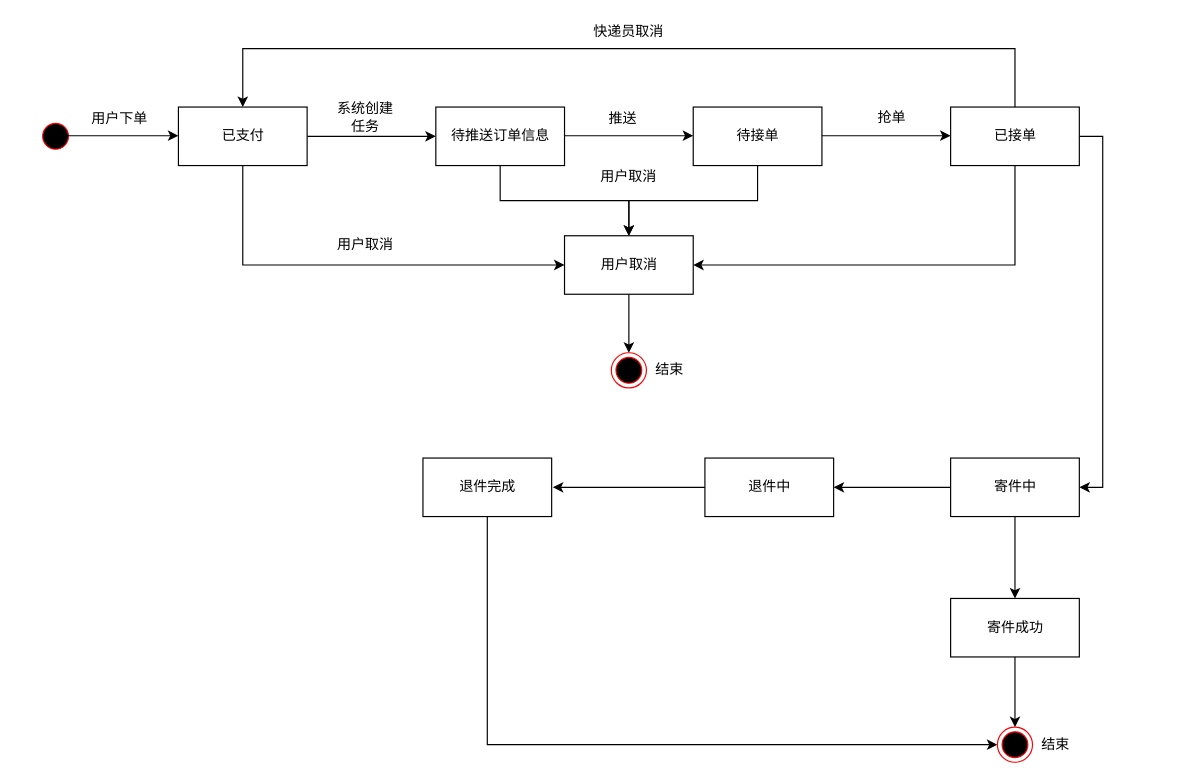
chenlongqiang/draw.io keeps this draw.io diagram as arch/latest/订单状态图模型.drawio. Above is the earlier version. Source tidied: cells renumbered, new cells numbered last; positions are measured from the earlier drawing's top-left corner, leaving out a move shared by most shapes. Both pictures are drawn from the tidied source at 117%, with x=0, y=0 at pixel (37, 20).
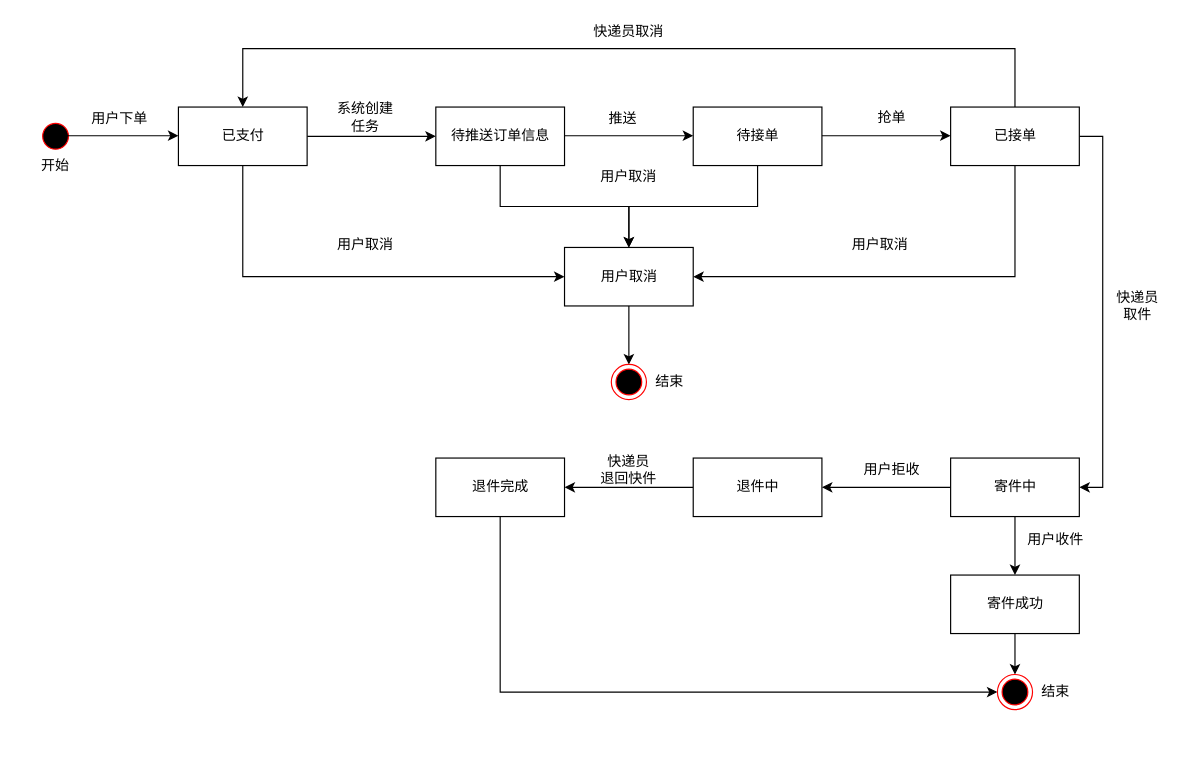
The same page after the edit.

Commit message (it also covers changes not shown here):
更新订单状态图模型.drawio

Diff of the diagram source:
```diff
@@
     <mxCell id="26" value="用户取消" style="html=1;" parent="1" vertex="1">
-      <mxGeometry x="450" y="184" width="110" height="50" as="geometry" />
+      <mxGeometry x="450" y="194" width="110" height="50" as="geometry" />
     </mxCell>
@@
     <mxCell id="29" style="ellipse;html=1;shape=endState;fillColor=#000000;strokeColor=#ff0000;" parent="1" vertex="1">
-      <mxGeometry x="490" y="284" width="30" height="30" as="geometry" />
+      <mxGeometry x="490" y="294" width="30" height="30" as="geometry" />
     </mxCell>
     <mxCell id="30" value="结束" style="text;html=1;strokeColor=none;fillColor=none;align=center;verticalAlign=middle;whiteSpace=wrap;rounded=0;" parent="1" vertex="1">
-      <mxGeometry x="510" y="289" width="60" height="20" as="geometry" />
+      <mxGeometry x="510" y="299" width="60" height="20" as="geometry" />
     </mxCell>
-    <mxCell id="31" style="edgeStyle=orthogonalEdgeStyle;rounded=0;jettySize=auto;html=1;exitX=0;exitY=0.5;exitDx=0;exitDy=0;" parent="1" edge="1" source="32">
-      <mxGeometry relative="1" as="geometry">
-        <mxPoint x="440" y="399" as="targetPoint" />
-      </mxGeometry>
-    </mxCell>
+    <mxCell id="39" style="edgeStyle=orthogonalEdgeStyle;rounded=0;jettySize=auto;html=1;exitX=0;exitY=0.5;exitDx=0;exitDy=0;entryX=1;entryY=0.5;entryDx=0;entryDy=0;" parent="1" edge="1" source="32" target="34">
+      <mxGeometry relative="1" as="geometry" />
+    </mxCell>
     <mxCell id="32" value="退件中" style="html=1;" parent="1" vertex="1">
-      <mxGeometry x="570" y="374" width="110" height="50" as="geometry" />
+      <mxGeometry x="560" y="374" width="110" height="50" as="geometry" />
     </mxCell>
@@
     <mxCell id="34" value="退件完成" style="html=1;" parent="1" vertex="1">
-      <mxGeometry x="329" y="374" width="110" height="50" as="geometry" />
+      <mxGeometry x="340" y="374" width="110" height="50" as="geometry" />
     </mxCell>
@@
     <mxCell id="36" value="寄件成功" style="html=1;" parent="1" vertex="1">
-      <mxGeometry x="780" y="494" width="110" height="50" as="geometry" />
+      <mxGeometry x="780" y="474" width="110" height="50" as="geometry" />
     </mxCell>
     <mxCell id="37" style="ellipse;html=1;shape=endState;fillColor=#000000;strokeColor=#ff0000;" parent="1" vertex="1">
-      <mxGeometry x="820" y="604" width="30" height="30" as="geometry" />
+      <mxGeometry x="820" y="559" width="30" height="30" as="geometry" />
     </mxCell>
     <mxCell id="38" value="结束" style="text;html=1;strokeColor=none;fillColor=none;align=center;verticalAlign=middle;whiteSpace=wrap;rounded=0;" parent="1" vertex="1">
-      <mxGeometry x="840" y="609" width="60" height="20" as="geometry" />
+      <mxGeometry x="840" y="564" width="60" height="20" as="geometry" />
     </mxCell>
+    <mxCell id="40" value="用户取消" style="text;html=1;strokeColor=none;fillColor=none;align=center;verticalAlign=middle;whiteSpace=wrap;rounded=0;" parent="1" vertex="1">
+      <mxGeometry x="690" y="182" width="60" height="20" as="geometry" />
+    </mxCell>
+    <mxCell id="41" value="快递员&lt;br&gt;取件" style="text;html=1;strokeColor=none;fillColor=none;align=center;verticalAlign=middle;whiteSpace=wrap;rounded=0;" parent="1" vertex="1">
+      <mxGeometry x="910" y="234" width="60" height="20" as="geometry" />
+    </mxCell>
+    <mxCell id="42" value="用户拒收" style="text;html=1;strokeColor=none;fillColor=none;align=center;verticalAlign=middle;whiteSpace=wrap;rounded=0;" parent="1" vertex="1">
+      <mxGeometry x="700" y="374" width="60" height="20" as="geometry" />
+    </mxCell>
+    <mxCell id="43" value="用户收件" style="text;html=1;strokeColor=none;fillColor=none;align=center;verticalAlign=middle;whiteSpace=wrap;rounded=0;" parent="1" vertex="1">
+      <mxGeometry x="840" y="434" width="60" height="20" as="geometry" />
+    </mxCell>
+    <mxCell id="44" value="快递员&lt;br&gt;退回快件" style="text;html=1;strokeColor=none;fillColor=none;align=center;verticalAlign=middle;whiteSpace=wrap;rounded=0;" parent="1" vertex="1">
+      <mxGeometry x="475" y="374" width="60" height="20" as="geometry" />
+    </mxCell>
+    <mxCell id="45" value="开始" style="text;html=1;strokeColor=none;fillColor=none;align=center;verticalAlign=middle;whiteSpace=wrap;rounded=0;" parent="1" vertex="1">
+      <mxGeometry x="-15" y="114" width="60" height="20" as="geometry" />
+    </mxCell>
```
